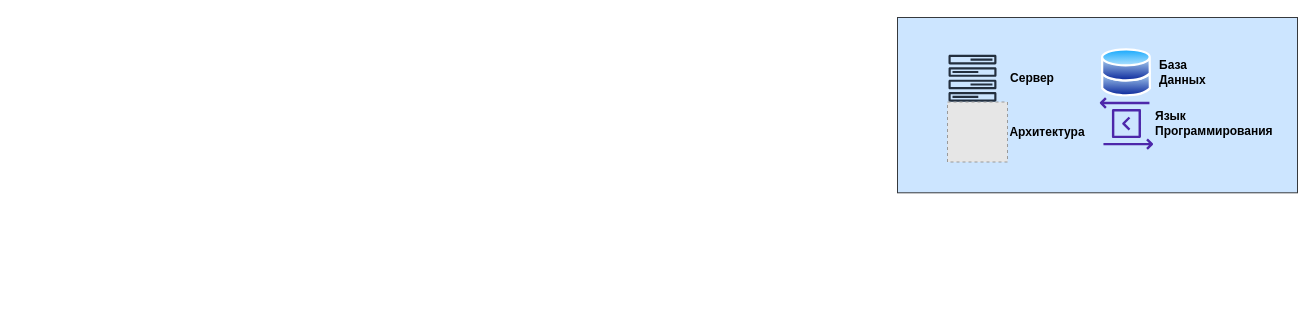
The draw.io diagram page "Страница 2" (2 of 2) of jurnal.drawio in Ramziddin-ice/EDX, before the edit. Source tidied: cells renumbered, new cells numbered last; positions are measured from the earlier drawing's top-left corner, leaving out a move shared by most shapes. Both pictures are drawn from the tidied source at 100%, with x=0, y=0 at pixel (897, 17). Pictures stored in the file or linked from it are replaced by grey dashed boxes.
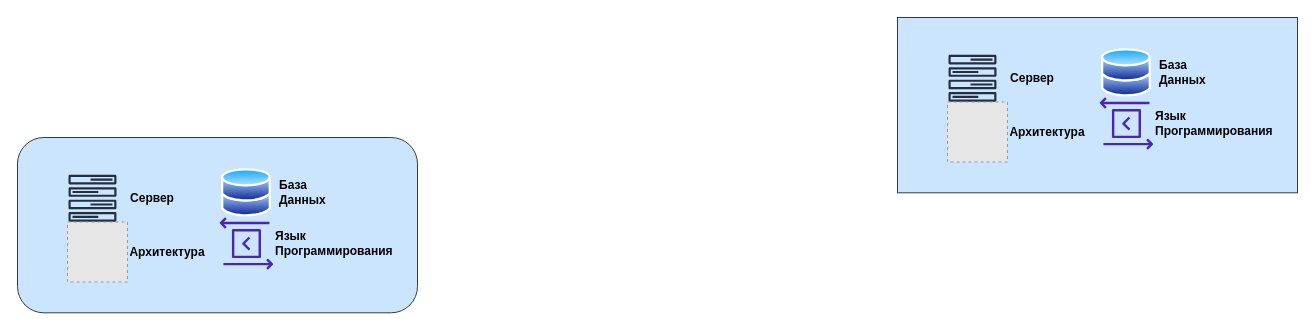
Above is the later version.

Diff of the diagram source:
```diff
@@
+    <mxCell id="17" style="group;" parent="1" vertex="1">
+      <mxGeometry x="-880" y="120" width="400" height="175.3" as="geometry" />
+    </mxCell>
+    <mxCell id="18" style="rounded=1;whiteSpace=wrap;html=1;verticalAlign=top;fillColor=#cce5ff;strokeColor=#36393d;sketch=0;dashed=0;fontStyle=0;" parent="17" vertex="1">
+      <mxGeometry width="400" height="175.3" as="geometry" />
+    </mxCell>
+    <mxCell id="19" style="group;" parent="17" vertex="1">
+      <mxGeometry x="40" y="30.8" width="275.8" height="113.7" as="geometry" />
+    </mxCell>
+    <mxCell id="20" style="group;" parent="19" vertex="1">
+      <mxGeometry x="5" width="120" height="60" as="geometry" />
+    </mxCell>
+    <mxCell id="21" style="sketch=0;fontColor=#232F3E;gradientColor=none;strokeColor=#232F3E;fillColor=none;dashed=0;verticalLabelPosition=bottom;verticalAlign=top;align=center;html=1;fontSize=12;fontStyle=0;shape=mxgraph.aws4.resourceIcon;resIcon=mxgraph.aws4.forums;" parent="20" vertex="1">
+      <mxGeometry width="60" height="60" as="geometry" />
+    </mxCell>
+    <mxCell id="22" value="&lt;b&gt;Сервер&lt;/b&gt;" style="text;html=1;strokeColor=none;fillColor=none;align=center;verticalAlign=middle;whiteSpace=wrap;rounded=0;" parent="20" vertex="1">
+      <mxGeometry x="60" y="15" width="60" height="30" as="geometry" />
+    </mxCell>
+    <mxCell id="23" style="group;align=left;" parent="19" vertex="1">
+      <mxGeometry x="164" width="110" height="49" as="geometry" />
+    </mxCell>
+    <mxCell id="24" style="image;perimeter=ellipsePerimeter;html=1;align=center;shadow=0;dashed=0;spacingTop=3;image=img/lib/active_directory/databases.svg;" parent="23" vertex="1">
+      <mxGeometry width="50" height="49" as="geometry" />
+    </mxCell>
+    <mxCell id="25" value="&lt;b&gt;База&lt;br&gt;Данных&lt;/b&gt;" style="text;html=1;strokeColor=none;fillColor=none;align=left;verticalAlign=middle;whiteSpace=wrap;rounded=0;" parent="23" vertex="1">
+      <mxGeometry x="56" y="9.5" width="60" height="30" as="geometry" />
+    </mxCell>
+    <mxCell id="26" style="group;" parent="19" vertex="1">
+      <mxGeometry y="49" width="130" height="64.7" as="geometry" />
+    </mxCell>
+    <mxCell id="27" style="fillColor=#E6E6E6;strokeColor=#999999;dashed=1;html=1;verticalAlign=top;verticalLabelPosition=bottom;labelBackgroundColor=#ffffff;" parent="26" vertex="1">
+      <mxGeometry x="10" y="4.7" width="60" height="60" as="geometry" />
+    </mxCell>
+    <mxCell id="28" value="&lt;b&gt;Архитектура&lt;/b&gt;&lt;span id=&quot;docs-internal-guid-6ce18e84-7fff-ea47-7268-734979cf69e4&quot;&gt;&lt;/span&gt;" style="text;html=1;strokeColor=none;fillColor=none;align=center;verticalAlign=middle;whiteSpace=wrap;rounded=0;" parent="26" vertex="1">
+      <mxGeometry x="80" y="19.7" width="60" height="30" as="geometry" />
+    </mxCell>
+    <mxCell id="29" style="group;" parent="19" vertex="1">
+      <mxGeometry x="162.2" y="48.5" width="113.5" height="53.5" as="geometry" />
+    </mxCell>
+    <mxCell id="30" style="sketch=0;fontColor=#232F3E;gradientColor=none;fillColor=#4D27AA;strokeColor=none;dashed=0;verticalLabelPosition=bottom;verticalAlign=top;align=center;html=1;fontSize=12;fontStyle=0;shape=mxgraph.aws4.data_exchange_for_apis;" parent="29" vertex="1">
+      <mxGeometry width="53.5" height="53.5" as="geometry" />
+    </mxCell>
+    <mxCell id="31" value="&lt;b&gt;Язык Программирования&lt;/b&gt;" style="text;html=1;strokeColor=none;fillColor=none;align=left;verticalAlign=middle;whiteSpace=wrap;rounded=0;" parent="29" vertex="1">
+      <mxGeometry x="53.5" y="11.8" width="60" height="30" as="geometry" />
+    </mxCell>
```
